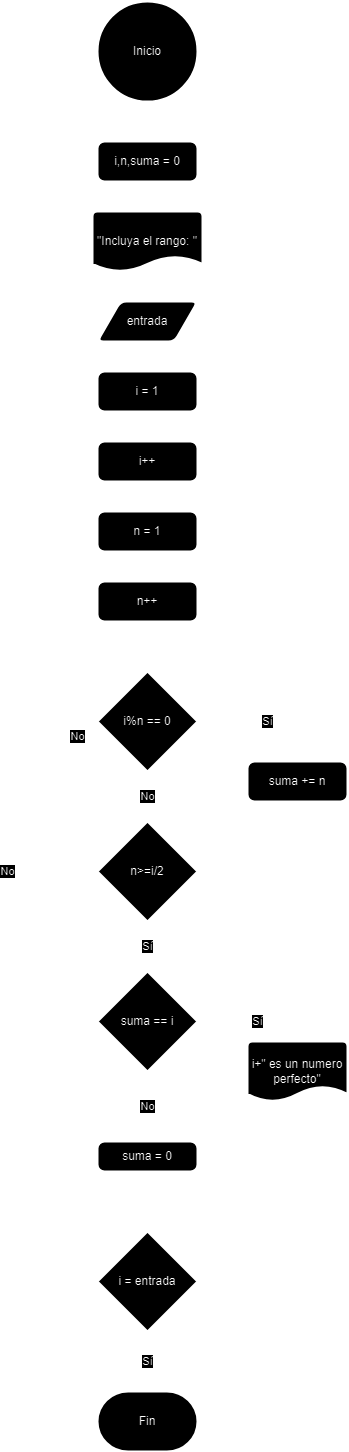
The draw.io diagram unidad-1/Tareas/tarea1(3)/Diagrama-Flujo8.png in JonayKB/PRO, before a commit. Source tidied: cells renumbered, new cells last; positions are measured from the earlier drawing's top-left corner, leaving out a move shared by most shapes. Source of this version:
```xml
<mxGraphModel>
  <root>
    <mxCell id="0" />
    <mxCell id="1" parent="0" />
    <mxCell id="2" style="edgeStyle=orthogonalEdgeStyle;rounded=0;jettySize=auto;html=1;entryX=0.5;entryY=0;entryDx=0;entryDy=0;" parent="1" edge="1" source="3" target="9">
      <mxGeometry relative="1" as="geometry" />
    </mxCell>
    <mxCell id="3" value="Inicio" style="strokeWidth=2;html=1;shape=mxgraph.flowchart.start_2;whiteSpace=wrap;" parent="1" vertex="1">
      <mxGeometry x="90" width="100" height="100" as="geometry" />
    </mxCell>
    <mxCell id="4" style="edgeStyle=orthogonalEdgeStyle;rounded=0;jettySize=auto;html=1;" parent="1" edge="1" source="5" target="7">
      <mxGeometry relative="1" as="geometry" />
    </mxCell>
    <mxCell id="5" value="&quot;Incluya el rango: &quot;" style="strokeWidth=2;html=1;shape=mxgraph.flowchart.document2;whiteSpace=wrap;size=0.25;" parent="1" vertex="1">
      <mxGeometry x="85" y="210" width="110" height="60" as="geometry" />
    </mxCell>
    <mxCell id="6" style="edgeStyle=orthogonalEdgeStyle;rounded=0;jettySize=auto;html=1;" parent="1" edge="1" source="7" target="11">
      <mxGeometry relative="1" as="geometry" />
    </mxCell>
    <mxCell id="7" value="entrada" style="shape=parallelogram;html=1;strokeWidth=2;perimeter=parallelogramPerimeter;whiteSpace=wrap;rounded=1;arcSize=12;size=0.23;" parent="1" vertex="1">
      <mxGeometry x="90" y="300" width="100" height="40" as="geometry" />
    </mxCell>
    <mxCell id="8" style="edgeStyle=orthogonalEdgeStyle;rounded=0;jettySize=auto;html=1;" parent="1" edge="1" source="9" target="5">
      <mxGeometry relative="1" as="geometry" />
    </mxCell>
    <mxCell id="9" value="i,n,suma = 0" style="rounded=1;whiteSpace=wrap;html=1;absoluteArcSize=1;arcSize=14;strokeWidth=2;" parent="1" vertex="1">
      <mxGeometry x="90" y="140" width="100" height="40" as="geometry" />
    </mxCell>
    <mxCell id="10" style="edgeStyle=orthogonalEdgeStyle;rounded=0;jettySize=auto;html=1;" parent="1" edge="1" source="11" target="15">
      <mxGeometry relative="1" as="geometry" />
    </mxCell>
    <mxCell id="11" value="i = 1" style="rounded=1;whiteSpace=wrap;html=1;absoluteArcSize=1;arcSize=14;strokeWidth=2;" parent="1" vertex="1">
      <mxGeometry x="90" y="370" width="100" height="40" as="geometry" />
    </mxCell>
    <mxCell id="12" style="edgeStyle=orthogonalEdgeStyle;rounded=0;jettySize=auto;html=1;" parent="1" edge="1" source="13" target="17">
      <mxGeometry relative="1" as="geometry" />
    </mxCell>
    <mxCell id="13" value="n = 1" style="rounded=1;whiteSpace=wrap;html=1;absoluteArcSize=1;arcSize=14;strokeWidth=2;" parent="1" vertex="1">
      <mxGeometry x="90" y="510" width="100" height="40" as="geometry" />
    </mxCell>
    <mxCell id="14" style="edgeStyle=orthogonalEdgeStyle;rounded=0;jettySize=auto;html=1;" parent="1" edge="1" source="15" target="13">
      <mxGeometry relative="1" as="geometry" />
    </mxCell>
    <mxCell id="15" value="i++" style="rounded=1;whiteSpace=wrap;html=1;absoluteArcSize=1;arcSize=14;strokeWidth=2;" parent="1" vertex="1">
      <mxGeometry x="90" y="440" width="100" height="40" as="geometry" />
    </mxCell>
    <mxCell id="16" style="edgeStyle=orthogonalEdgeStyle;rounded=0;jettySize=auto;html=1;" parent="1" edge="1" source="17" target="20">
      <mxGeometry relative="1" as="geometry" />
    </mxCell>
    <mxCell id="17" value="n++" style="rounded=1;whiteSpace=wrap;html=1;absoluteArcSize=1;arcSize=14;strokeWidth=2;" parent="1" vertex="1">
      <mxGeometry x="90" y="580" width="100" height="40" as="geometry" />
    </mxCell>
    <mxCell id="18" value="Sí" style="edgeStyle=orthogonalEdgeStyle;rounded=0;jettySize=auto;html=1;entryX=0.5;entryY=0;entryDx=0;entryDy=0;" parent="1" edge="1" source="20" target="22">
      <mxGeometry relative="1" as="geometry" />
    </mxCell>
    <mxCell id="19" value="No" style="edgeStyle=orthogonalEdgeStyle;rounded=0;jettySize=auto;html=1;" parent="1" edge="1" source="20" target="25">
      <mxGeometry relative="1" as="geometry" />
    </mxCell>
    <mxCell id="20" value="i%n == 0" style="strokeWidth=2;html=1;shape=mxgraph.flowchart.decision;whiteSpace=wrap;" parent="1" vertex="1">
      <mxGeometry x="90" y="670" width="100" height="100" as="geometry" />
    </mxCell>
    <mxCell id="21" style="edgeStyle=orthogonalEdgeStyle;rounded=0;jettySize=auto;html=1;" parent="1" edge="1" source="22" target="25">
      <mxGeometry relative="1" as="geometry">
        <Array as="points">
          <mxPoint x="290" y="870" />
        </Array>
      </mxGeometry>
    </mxCell>
    <mxCell id="22" value="suma += n" style="rounded=1;whiteSpace=wrap;html=1;absoluteArcSize=1;arcSize=14;strokeWidth=2;" parent="1" vertex="1">
      <mxGeometry x="240" y="760" width="100" height="40" as="geometry" />
    </mxCell>
    <mxCell id="23" value="No" style="edgeStyle=orthogonalEdgeStyle;rounded=0;jettySize=auto;html=1;" parent="1" edge="1" source="25" target="17">
      <mxGeometry relative="1" as="geometry">
        <Array as="points">
          <mxPoint x="70" y="870" />
          <mxPoint x="70" y="600" />
        </Array>
      </mxGeometry>
    </mxCell>
    <mxCell id="24" value="Sí" style="edgeStyle=orthogonalEdgeStyle;rounded=0;jettySize=auto;html=1;" parent="1" edge="1" source="25" target="28">
      <mxGeometry relative="1" as="geometry" />
    </mxCell>
    <mxCell id="25" value="n&amp;gt;=i/2" style="strokeWidth=2;html=1;shape=mxgraph.flowchart.decision;whiteSpace=wrap;" parent="1" vertex="1">
      <mxGeometry x="90" y="820" width="100" height="100" as="geometry" />
    </mxCell>
    <mxCell id="26" value="Sí" style="edgeStyle=orthogonalEdgeStyle;rounded=0;jettySize=auto;html=1;" parent="1" edge="1" source="28" target="30">
      <mxGeometry relative="1" as="geometry">
        <Array as="points">
          <mxPoint x="290" y="1020" />
        </Array>
      </mxGeometry>
    </mxCell>
    <mxCell id="27" value="No" style="edgeStyle=orthogonalEdgeStyle;rounded=0;jettySize=auto;html=1;" parent="1" edge="1" source="28" target="32">
      <mxGeometry relative="1" as="geometry" />
    </mxCell>
    <mxCell id="28" value="suma == i" style="strokeWidth=2;html=1;shape=mxgraph.flowchart.decision;whiteSpace=wrap;" parent="1" vertex="1">
      <mxGeometry x="90" y="970" width="100" height="100" as="geometry" />
    </mxCell>
    <mxCell id="29" style="edgeStyle=orthogonalEdgeStyle;rounded=0;jettySize=auto;html=1;entryX=1;entryY=0.5;entryDx=0;entryDy=0;" parent="1" edge="1" source="30" target="32">
      <mxGeometry relative="1" as="geometry">
        <Array as="points">
          <mxPoint x="290" y="1155" />
        </Array>
      </mxGeometry>
    </mxCell>
    <mxCell id="30" value="i+&quot; es un numero perfecto&quot;" style="strokeWidth=2;html=1;shape=mxgraph.flowchart.document2;whiteSpace=wrap;size=0.25;" parent="1" vertex="1">
      <mxGeometry x="240" y="1040" width="100" height="60" as="geometry" />
    </mxCell>
    <mxCell id="31" style="edgeStyle=orthogonalEdgeStyle;rounded=0;jettySize=auto;html=1;" parent="1" edge="1" source="32" target="35">
      <mxGeometry relative="1" as="geometry" />
    </mxCell>
    <mxCell id="32" value="suma = 0" style="rounded=1;whiteSpace=wrap;html=1;absoluteArcSize=1;arcSize=14;strokeWidth=2;" parent="1" vertex="1">
      <mxGeometry x="90" y="1140" width="100" height="30" as="geometry" />
    </mxCell>
    <mxCell id="33" value="Sí" style="edgeStyle=orthogonalEdgeStyle;rounded=0;jettySize=auto;html=1;" parent="1" edge="1" source="35" target="36">
      <mxGeometry relative="1" as="geometry" />
    </mxCell>
    <mxCell id="34" value="No" style="edgeStyle=orthogonalEdgeStyle;rounded=0;jettySize=auto;html=1;" parent="1" edge="1" source="35" target="15">
      <mxGeometry relative="1" as="geometry">
        <Array as="points">
          <mxPoint y="1280" />
          <mxPoint y="460" />
        </Array>
      </mxGeometry>
    </mxCell>
    <mxCell id="35" value="i = entrada" style="strokeWidth=2;html=1;shape=mxgraph.flowchart.decision;whiteSpace=wrap;" parent="1" vertex="1">
      <mxGeometry x="90" y="1230" width="100" height="100" as="geometry" />
    </mxCell>
    <mxCell id="36" value="Fin" style="strokeWidth=2;html=1;shape=mxgraph.flowchart.terminator;whiteSpace=wrap;" parent="1" vertex="1">
      <mxGeometry x="90" y="1390" width="100" height="60" as="geometry" />
    </mxCell>
  </root>
</mxGraphModel>
```
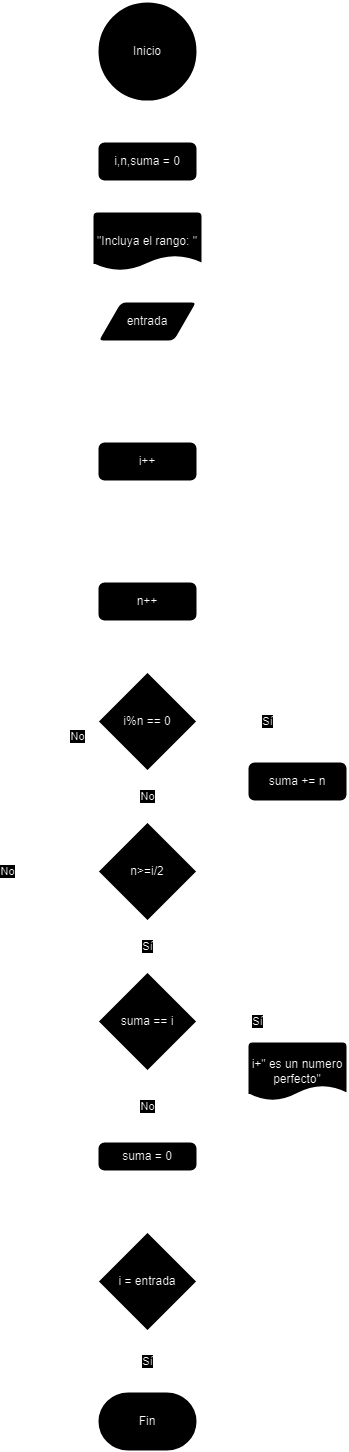
The same file after the commit.

Diff of the diagram source:
```diff
@@ -14,9 +14,9 @@
     <mxCell id="5" value="&quot;Incluya el rango: &quot;" style="strokeWidth=2;html=1;shape=mxgraph.flowchart.document2;whiteSpace=wrap;size=0.25;" parent="1" vertex="1">
       <mxGeometry x="85" y="210" width="110" height="60" as="geometry" />
     </mxCell>
-    <mxCell id="6" style="edgeStyle=orthogonalEdgeStyle;rounded=0;jettySize=auto;html=1;" parent="1" edge="1" source="7" target="11">
-      <mxGeometry relative="1" as="geometry" />
-    </mxCell>
+    <mxCell id="37" style="edgeStyle=orthogonalEdgeStyle;rounded=0;jettySize=auto;html=1;" parent="1" edge="1" source="7" target="15">
+      <mxGeometry relative="1" as="geometry" />
+    </mxCell>
     <mxCell id="7" value="entrada" style="shape=parallelogram;html=1;strokeWidth=2;perimeter=parallelogramPerimeter;whiteSpace=wrap;rounded=1;arcSize=12;size=0.23;" parent="1" vertex="1">
       <mxGeometry x="90" y="300" width="100" height="40" as="geometry" />
     </mxCell>
@@ -26,21 +26,9 @@
     <mxCell id="9" value="i,n,suma = 0" style="rounded=1;whiteSpace=wrap;html=1;absoluteArcSize=1;arcSize=14;strokeWidth=2;" parent="1" vertex="1">
       <mxGeometry x="90" y="140" width="100" height="40" as="geometry" />
     </mxCell>
-    <mxCell id="10" style="edgeStyle=orthogonalEdgeStyle;rounded=0;jettySize=auto;html=1;" parent="1" edge="1" source="11" target="15">
-      <mxGeometry relative="1" as="geometry" />
-    </mxCell>
-    <mxCell id="11" value="i = 1" style="rounded=1;whiteSpace=wrap;html=1;absoluteArcSize=1;arcSize=14;strokeWidth=2;" parent="1" vertex="1">
-      <mxGeometry x="90" y="370" width="100" height="40" as="geometry" />
-    </mxCell>
-    <mxCell id="12" style="edgeStyle=orthogonalEdgeStyle;rounded=0;jettySize=auto;html=1;" parent="1" edge="1" source="13" target="17">
-      <mxGeometry relative="1" as="geometry" />
-    </mxCell>
-    <mxCell id="13" value="n = 1" style="rounded=1;whiteSpace=wrap;html=1;absoluteArcSize=1;arcSize=14;strokeWidth=2;" parent="1" vertex="1">
-      <mxGeometry x="90" y="510" width="100" height="40" as="geometry" />
-    </mxCell>
-    <mxCell id="14" style="edgeStyle=orthogonalEdgeStyle;rounded=0;jettySize=auto;html=1;" parent="1" edge="1" source="15" target="13">
-      <mxGeometry relative="1" as="geometry" />
-    </mxCell>
+    <mxCell id="38" style="edgeStyle=orthogonalEdgeStyle;rounded=0;jettySize=auto;html=1;" parent="1" edge="1" source="15" target="17">
+      <mxGeometry relative="1" as="geometry" />
+    </mxCell>
     <mxCell id="15" value="i++" style="rounded=1;whiteSpace=wrap;html=1;absoluteArcSize=1;arcSize=14;strokeWidth=2;" parent="1" vertex="1">
       <mxGeometry x="90" y="440" width="100" height="40" as="geometry" />
     </mxCell>
```
